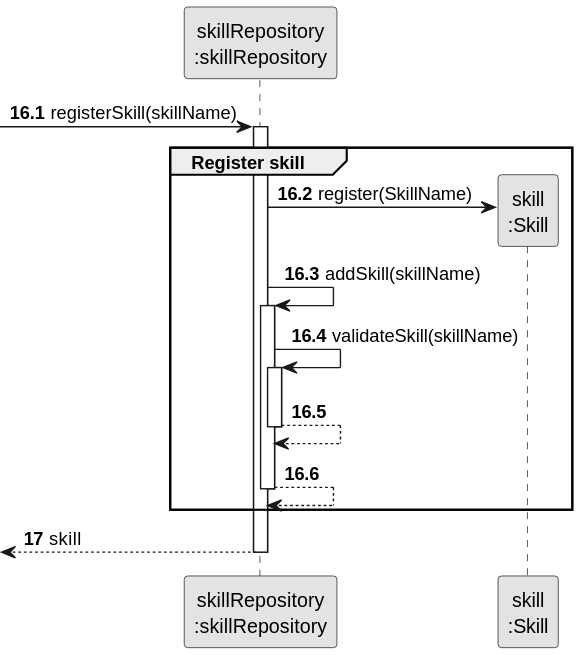
Before: docs/sprintB/us001/03.design/svg/us001-sequence-diagram-partial-register-skill.svg, a diagram exported from PlantUML (SAEmanuel/Green_Spaces_Management_ISEP). Source of this version:
```plantuml
@startuml
skinparam monochrome true
skinparam packageStyle rectangle
skinparam shadowing false

participant "skillRepository\n:skillRepository" as ORG
participant "skill\n:Skill" as EMPREGO

autonumber 16

autonumber 16.1

        -> ORG: registerSkill(skillName)
            activate ORG
            group Register skill
        ORG -> EMPREGO** : register(SkillName)




        ORG -> ORG: addSkill(skillName)
        activate ORG
            ORG -> ORG: validateSkill(skillName)
            activate ORG
                ORG --> ORG
            deactivate ORG

            ORG --> ORG
        deactivate ORG
    end

    autonumber 17
    <-- ORG : skill
deactivate ORG
@enduml
```
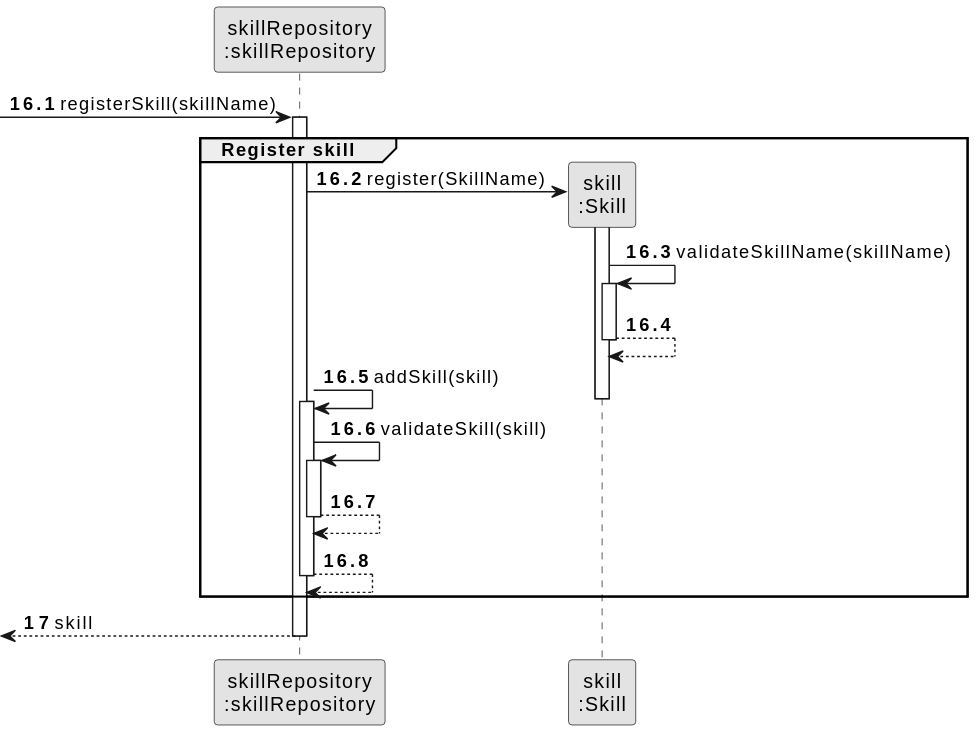
The same diagram one commit later.

What changed in the source:
```diff
@@ -15,12 +15,19 @@
             group Register skill
         ORG -> EMPREGO** : register(SkillName)
 
+        activate EMPREGO
+            EMPREGO -> EMPREGO : validateSkillName(skillName)
+            activate EMPREGO
 
+                EMPREGO --> EMPREGO
 
+            deactivate EMPREGO
 
-        ORG -> ORG: addSkill(skillName)
+            ORG -> ORG: addSkill(skill)
+        deactivate EMPREGO
+
         activate ORG
-            ORG -> ORG: validateSkill(skillName)
+            ORG -> ORG: validateSkill(skill)
             activate ORG
                 ORG --> ORG
             deactivate ORG
```
